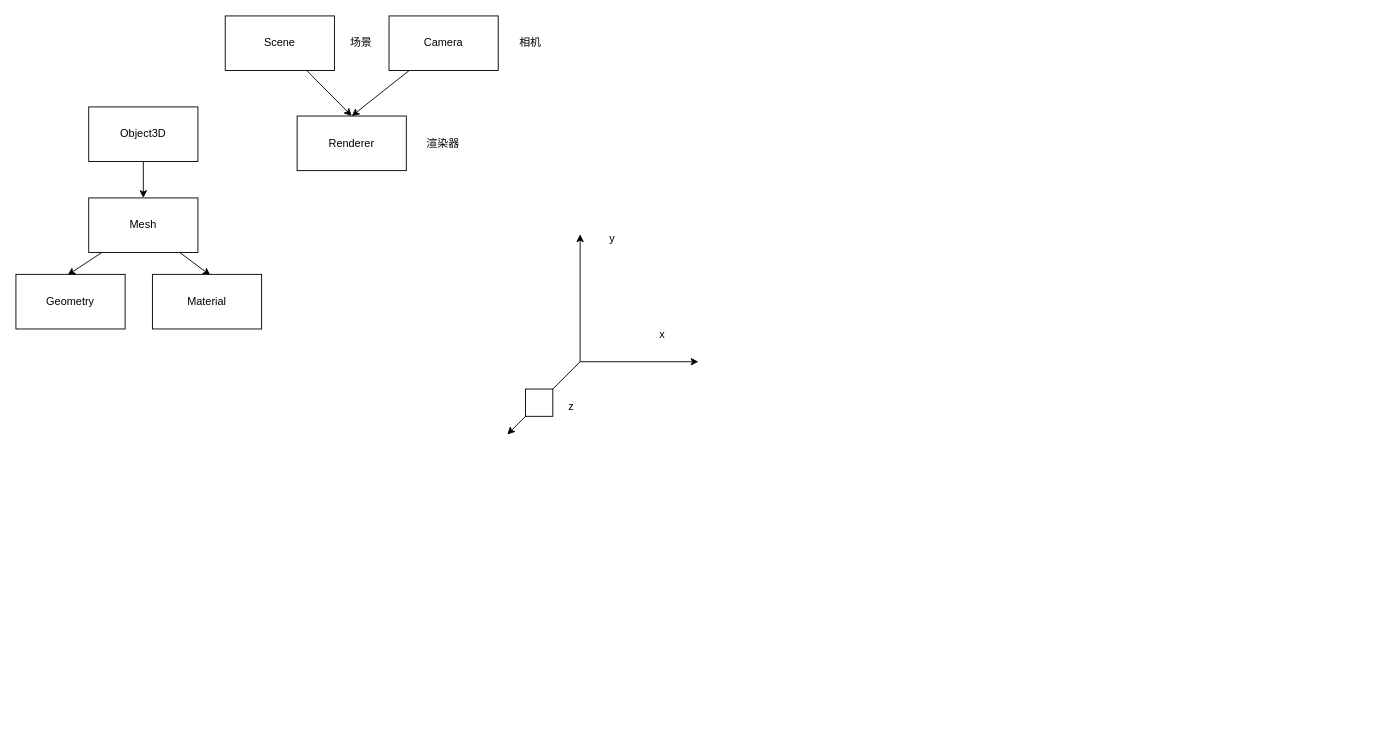
The draw.io diagram 记录.drawio in creamIcec/minecraft-simple-clone, before the edit. Source tidied: cells renumbered, new cells numbered last; positions are measured from the earlier drawing's top-left corner, leaving out a move shared by most shapes. Both pictures are drawn from the tidied source at 91%, with x=0, y=0 at pixel (15, 15).
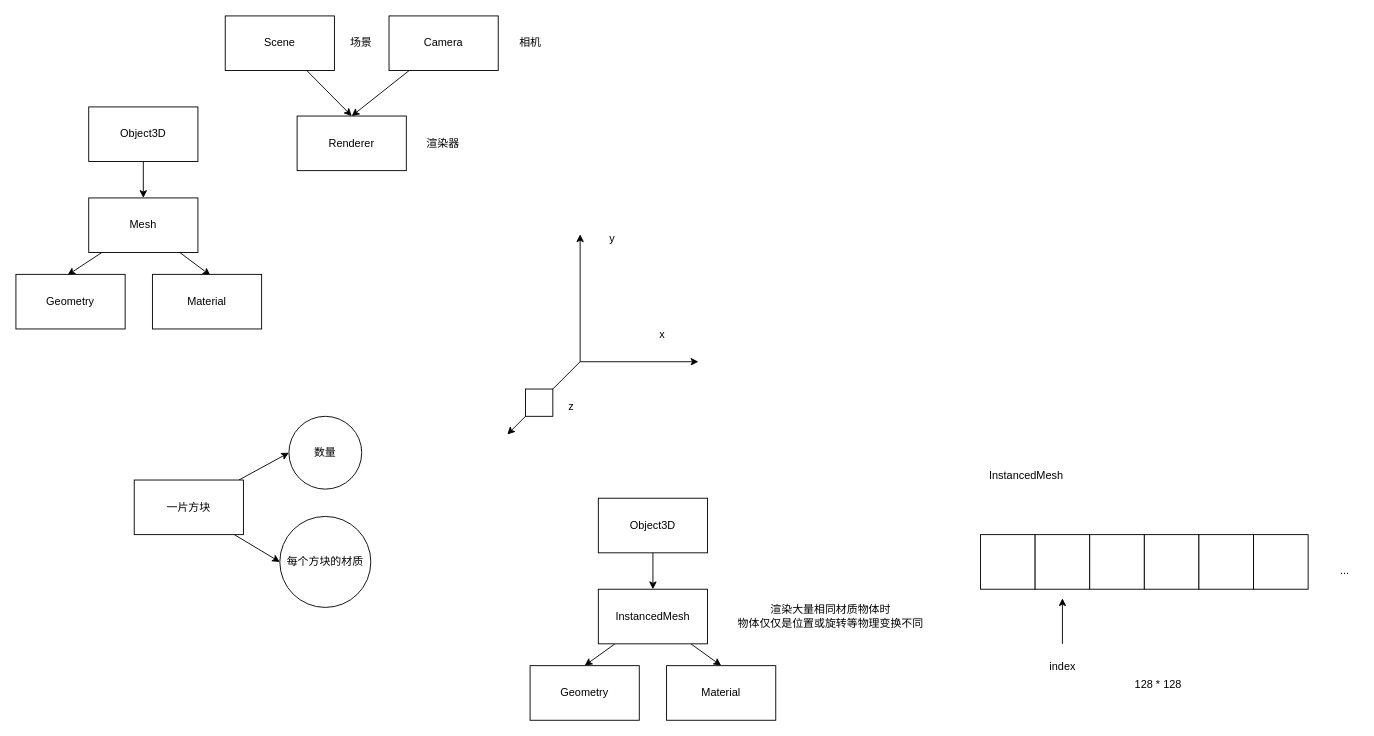
After the change.

The edit, as a diff of the source:
```diff
@@
+    <mxCell id="24" style="edgeStyle=none;html=1;entryX=0;entryY=0.5;entryDx=0;entryDy=0;" parent="1" edge="1" source="26" target="27">
+      <mxGeometry relative="1" as="geometry" />
+    </mxCell>
+    <mxCell id="25" style="edgeStyle=none;html=1;entryX=0;entryY=0.5;entryDx=0;entryDy=0;" parent="1" edge="1" source="26" target="28">
+      <mxGeometry relative="1" as="geometry" />
+    </mxCell>
+    <mxCell id="26" value="一片方块" style="whiteSpace=wrap;html=1;" parent="1" vertex="1">
+      <mxGeometry x="130" y="510" width="120" height="60" as="geometry" />
+    </mxCell>
+    <mxCell id="27" value="数量" style="ellipse;whiteSpace=wrap;html=1;" parent="1" vertex="1">
+      <mxGeometry x="300" y="440" width="80" height="80" as="geometry" />
+    </mxCell>
+    <mxCell id="28" value="每个方块的材质" style="ellipse;whiteSpace=wrap;html=1;" parent="1" vertex="1">
+      <mxGeometry x="290" y="550" width="100" height="100" as="geometry" />
+    </mxCell>
+    <mxCell id="29" style="edgeStyle=none;html=1;entryX=0.5;entryY=0;entryDx=0;entryDy=0;" parent="1" edge="1" source="30" target="34">
+      <mxGeometry relative="1" as="geometry" />
+    </mxCell>
+    <mxCell id="30" value="Object3D" style="whiteSpace=wrap;html=1;" parent="1" vertex="1">
+      <mxGeometry x="640" y="530" width="120" height="60" as="geometry" />
+    </mxCell>
+    <mxCell id="31" style="edgeStyle=none;html=1;entryX=0.473;entryY=0.013;entryDx=0;entryDy=0;entryPerimeter=0;" parent="1" edge="1">
+      <mxGeometry relative="1" as="geometry">
+        <mxPoint x="504.4" y="690" as="sourcePoint" />
+      </mxGeometry>
+    </mxCell>
+    <mxCell id="32" style="edgeStyle=none;html=1;entryX=0.5;entryY=0;entryDx=0;entryDy=0;" parent="1" edge="1" source="34" target="35">
+      <mxGeometry relative="1" as="geometry" />
+    </mxCell>
+    <mxCell id="33" style="edgeStyle=none;html=1;entryX=0.5;entryY=0;entryDx=0;entryDy=0;" parent="1" edge="1" source="34" target="36">
+      <mxGeometry relative="1" as="geometry" />
+    </mxCell>
+    <mxCell id="34" value="InstancedMesh" style="whiteSpace=wrap;html=1;" parent="1" vertex="1">
+      <mxGeometry x="640" y="630" width="120" height="60" as="geometry" />
+    </mxCell>
+    <mxCell id="35" value="Geometry" style="whiteSpace=wrap;html=1;" parent="1" vertex="1">
+      <mxGeometry x="565" y="714" width="120" height="60" as="geometry" />
+    </mxCell>
+    <mxCell id="36" value="Material" style="whiteSpace=wrap;html=1;" parent="1" vertex="1">
+      <mxGeometry x="715" y="714" width="120" height="60" as="geometry" />
+    </mxCell>
+    <mxCell id="37" value="渲染大量相同材质物体时&lt;br&gt;物体仅仅是位置或旋转等物理变换不同" style="text;html=1;align=center;verticalAlign=middle;strokeColor=none;fillColor=none;" parent="1" vertex="1">
+      <mxGeometry x="780" y="640" width="230" height="40" as="geometry" />
+    </mxCell>
+    <mxCell id="38" value="InstancedMesh" style="text;html=1;align=center;verticalAlign=middle;strokeColor=none;fillColor=none;" parent="1" vertex="1">
+      <mxGeometry x="1060" y="490" width="100" height="30" as="geometry" />
+    </mxCell>
+    <mxCell id="39" style="whiteSpace=wrap;html=1;" parent="1" vertex="1">
+      <mxGeometry x="1060" y="570" width="60" height="60" as="geometry" />
+    </mxCell>
+    <mxCell id="40" style="whiteSpace=wrap;html=1;" parent="1" vertex="1">
+      <mxGeometry x="1120" y="570" width="60" height="60" as="geometry" />
+    </mxCell>
+    <mxCell id="41" style="whiteSpace=wrap;html=1;" parent="1" vertex="1">
+      <mxGeometry x="1180" y="570" width="60" height="60" as="geometry" />
+    </mxCell>
+    <mxCell id="42" style="whiteSpace=wrap;html=1;" parent="1" vertex="1">
+      <mxGeometry x="1240" y="570" width="60" height="60" as="geometry" />
+    </mxCell>
+    <mxCell id="43" style="whiteSpace=wrap;html=1;" parent="1" vertex="1">
+      <mxGeometry x="1300" y="570" width="60" height="60" as="geometry" />
+    </mxCell>
+    <mxCell id="44" style="whiteSpace=wrap;html=1;" parent="1" vertex="1">
+      <mxGeometry x="1360" y="570" width="60" height="60" as="geometry" />
+    </mxCell>
+    <mxCell id="45" value="..." style="text;html=1;align=center;verticalAlign=middle;strokeColor=none;fillColor=none;" parent="1" vertex="1">
+      <mxGeometry x="1445" y="595" width="30" height="30" as="geometry" />
+    </mxCell>
+    <mxCell id="46" value="128 * 128" style="text;html=1;align=center;verticalAlign=middle;strokeColor=none;fillColor=none;" parent="1" vertex="1">
+      <mxGeometry x="1220" y="720" width="70" height="30" as="geometry" />
+    </mxCell>
+    <mxCell id="47" style="edgeStyle=none;orthogonalLoop=1;jettySize=auto;html=1;" parent="1" edge="1">
+      <mxGeometry relative="1" as="geometry">
+        <mxPoint x="1150" y="690" as="sourcePoint" />
+        <mxPoint x="1150" y="640" as="targetPoint" />
+      </mxGeometry>
+    </mxCell>
+    <mxCell id="48" value="index" style="text;html=1;align=center;verticalAlign=middle;strokeColor=none;fillColor=none;" parent="1" vertex="1">
+      <mxGeometry x="1125" y="700" width="50" height="30" as="geometry" />
+    </mxCell>
```
